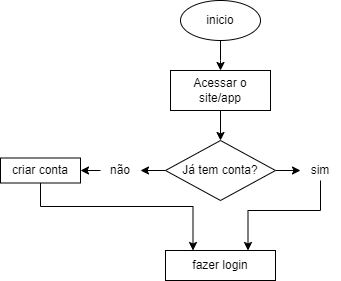
Before: fluxograma.drawio.png, a diagram exported from draw.io (Andynlx01/fluxograma.aprensa-o). Source tidied: cells renumbered, new cells last; positions are measured from the earlier drawing's top-left corner, leaving out a move shared by most shapes.
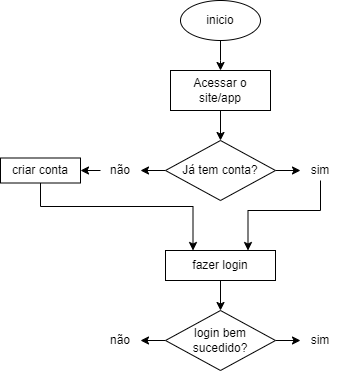
The same file after the commit.

The edit, as a diff of the source:
```diff
@@ -62,8 +62,30 @@
     <mxCell id="14" value="criar conta" style="rounded=0;whiteSpace=wrap;html=1;" parent="1" vertex="1">
       <mxGeometry y="157.5" width="80" height="25" as="geometry" />
     </mxCell>
+    <mxCell id="16" style="edgeStyle=orthogonalEdgeStyle;rounded=0;jettySize=auto;html=1;" parent="1" edge="1" source="15" target="19">
+      <mxGeometry relative="1" as="geometry" />
+    </mxCell>
     <mxCell id="15" value="fazer login" style="rounded=0;whiteSpace=wrap;html=1;" parent="1" vertex="1">
       <mxGeometry x="165" y="250" width="110" height="30" as="geometry" />
     </mxCell>
+    <mxCell id="17" style="edgeStyle=orthogonalEdgeStyle;rounded=0;jettySize=auto;html=1;exitX=0;exitY=0.5;exitDx=0;exitDy=0;" parent="1" edge="1" source="19">
+      <mxGeometry relative="1" as="geometry">
+        <mxPoint x="140" y="340" as="targetPoint" />
+      </mxGeometry>
+    </mxCell>
+    <mxCell id="18" style="edgeStyle=orthogonalEdgeStyle;rounded=0;jettySize=auto;html=1;" parent="1" edge="1" source="19">
+      <mxGeometry relative="1" as="geometry">
+        <mxPoint x="300" y="340" as="targetPoint" />
+      </mxGeometry>
+    </mxCell>
+    <mxCell id="19" value="login bem sucedido?" style="rhombus;whiteSpace=wrap;html=1;" parent="1" vertex="1">
+      <mxGeometry x="165" y="310" width="110" height="60" as="geometry" />
+    </mxCell>
+    <mxCell id="20" value="sim" style="text;strokeColor=none;align=center;fillColor=none;html=1;verticalAlign=middle;whiteSpace=wrap;rounded=0;" parent="1" vertex="1">
+      <mxGeometry x="300" y="330" width="40" height="20" as="geometry" />
+    </mxCell>
+    <mxCell id="21" value="não" style="text;strokeColor=none;align=center;fillColor=none;html=1;verticalAlign=middle;whiteSpace=wrap;rounded=0;" parent="1" vertex="1">
+      <mxGeometry x="100" y="330" width="40" height="20" as="geometry" />
+    </mxCell>
   </root>
 </mxGraphModel>
```
